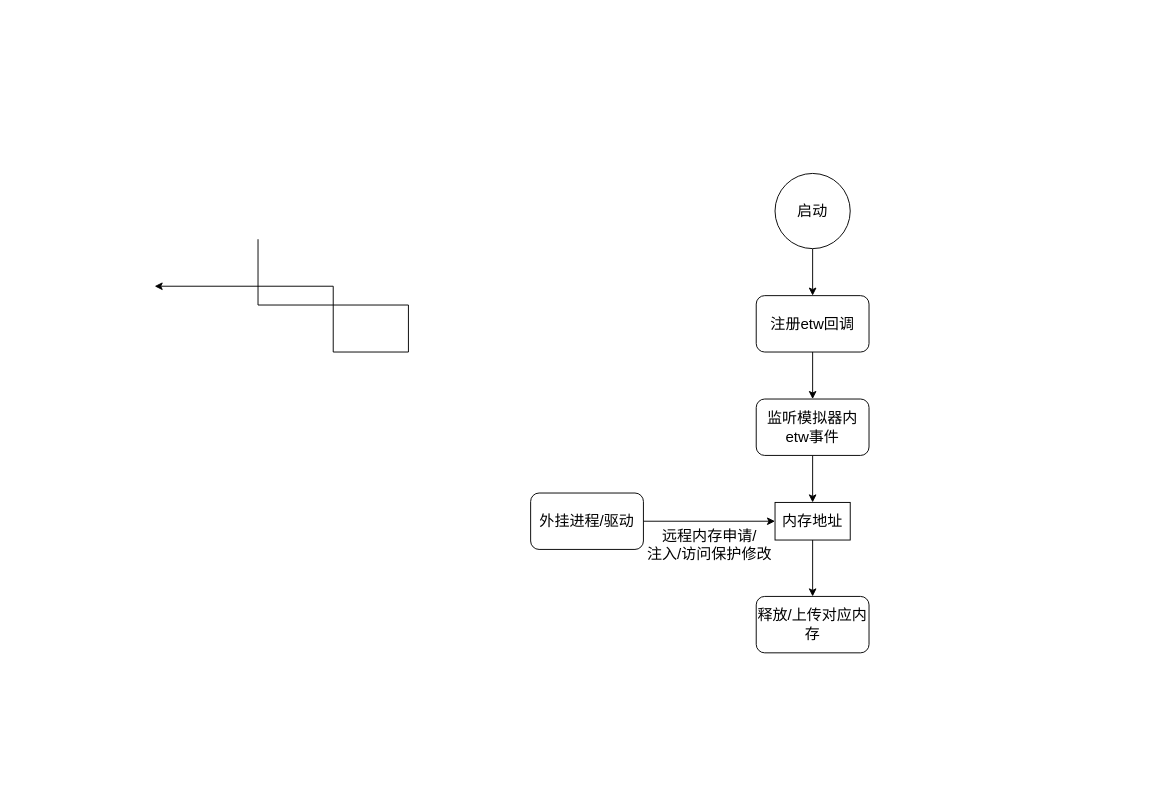
This is testDirectory/etw2.drawio from Moose1273/-, a draw.io file, before an edit. Source tidied: cells renumbered, new cells numbered last; positions are measured from the earlier drawing's top-left corner, leaving out a move shared by most shapes. Both pictures are drawn from the tidied source at 94%, with x=0, y=0 at pixel (154, 173).
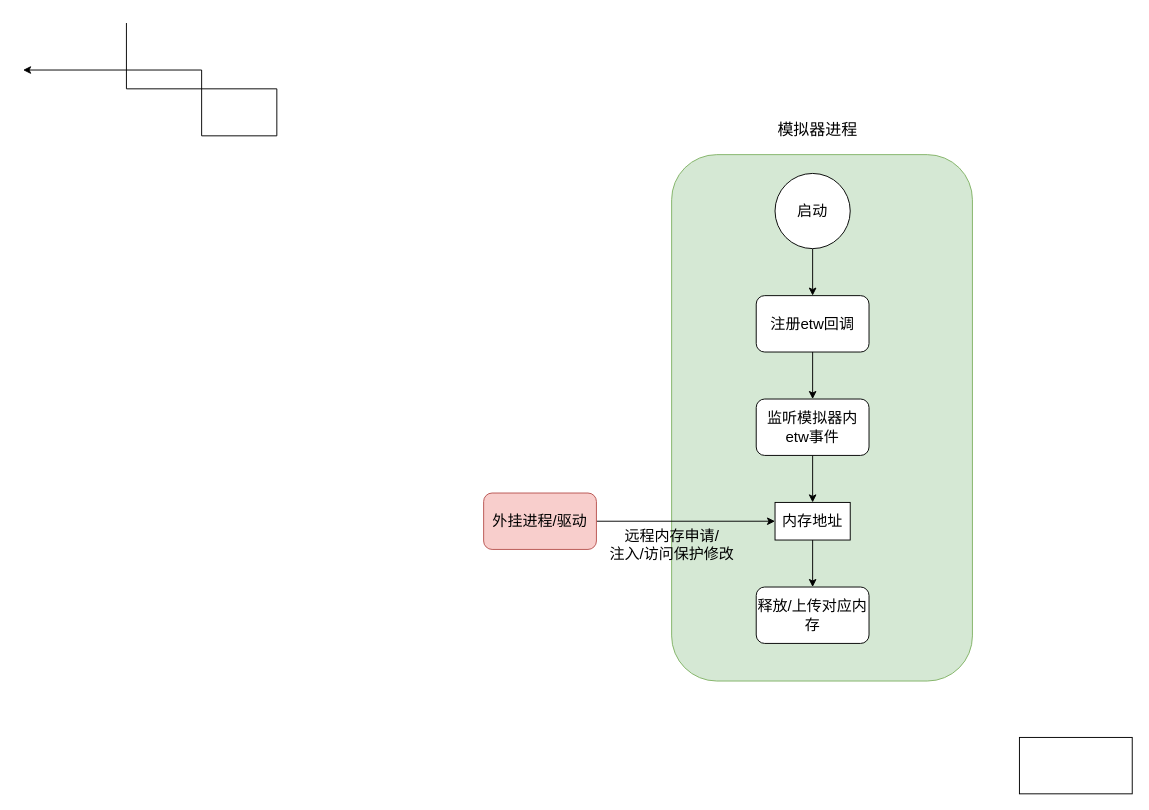
After the change.

Diff of the diagram source:
```diff
@@
+    <mxCell id="15" style="rounded=1;whiteSpace=wrap;html=1;fillColor=#d5e8d4;strokeColor=#82b366;" parent="1" vertex="1">
+      <mxGeometry x="550" y="-20" width="320" height="560" as="geometry" />
+    </mxCell>
@@
     <mxCell id="4" style="edgeStyle=orthogonalEdgeStyle;rounded=0;orthogonalLoop=1;jettySize=auto;html=1;fontSize=16;" parent="1" edge="1">
       <mxGeometry relative="1" as="geometry">
-        <mxPoint x="110" y="70" as="sourcePoint" />
-        <mxPoint y="120" as="targetPoint" />
+        <mxPoint x="-30" y="-160" as="sourcePoint" />
+        <mxPoint x="-140" y="-110" as="targetPoint" />
         <Array as="points">
-          <mxPoint x="110" y="140" />
-          <mxPoint x="270" y="140" />
-          <mxPoint x="270" y="190" />
-          <mxPoint x="190" y="190" />
-          <mxPoint x="190" y="120" />
+          <mxPoint x="-30" y="-90" />
+          <mxPoint x="130" y="-90" />
+          <mxPoint x="130" y="-40" />
+          <mxPoint x="50" y="-40" />
+          <mxPoint x="50" y="-110" />
         </Array>
       </mxGeometry>
     </mxCell>
@@
-    <mxCell id="6" value="外挂进程/驱动" style="rounded=1;whiteSpace=wrap;html=1;fontSize=16;" parent="1" vertex="1">
-      <mxGeometry x="400" y="340" width="120" height="60" as="geometry" />
+    <mxCell id="6" value="外挂进程/驱动" style="rounded=1;whiteSpace=wrap;html=1;fontSize=16;fillColor=#f8cecc;strokeColor=#b85450;" parent="1" vertex="1">
+      <mxGeometry x="350" y="340" width="120" height="60" as="geometry" />
     </mxCell>
     <mxCell id="7" value="远程内存申请/&lt;div&gt;注入/访问保护修改&lt;/div&gt;" style="text;html=1;align=center;verticalAlign=middle;strokeColor=none;fillColor=none;fontSize=16;" parent="1" vertex="1">
-      <mxGeometry x="510" y="370" width="160" height="50" as="geometry" />
+      <mxGeometry x="470" y="370" width="160" height="50" as="geometry" />
     </mxCell>
@@
     <mxCell id="14" value="释放/上传对应内存" style="rounded=1;whiteSpace=wrap;html=1;fontSize=16;" parent="1" vertex="1">
-      <mxGeometry x="640" y="450" width="120" height="60" as="geometry" />
+      <mxGeometry x="640" y="440" width="120" height="60" as="geometry" />
     </mxCell>
+    <mxCell id="16" style="rounded=0;whiteSpace=wrap;html=1;" parent="1" vertex="1">
+      <mxGeometry x="920" y="600" width="120" height="60" as="geometry" />
+    </mxCell>
+    <mxCell id="17" value="&lt;font style=&quot;font-size: 17px;&quot;&gt;模拟器进程&lt;/font&gt;" style="text;html=1;align=center;verticalAlign=middle;strokeColor=none;fillColor=none;" parent="1" vertex="1">
+      <mxGeometry x="650" y="-60" width="110" height="30" as="geometry" />
+    </mxCell>
```
